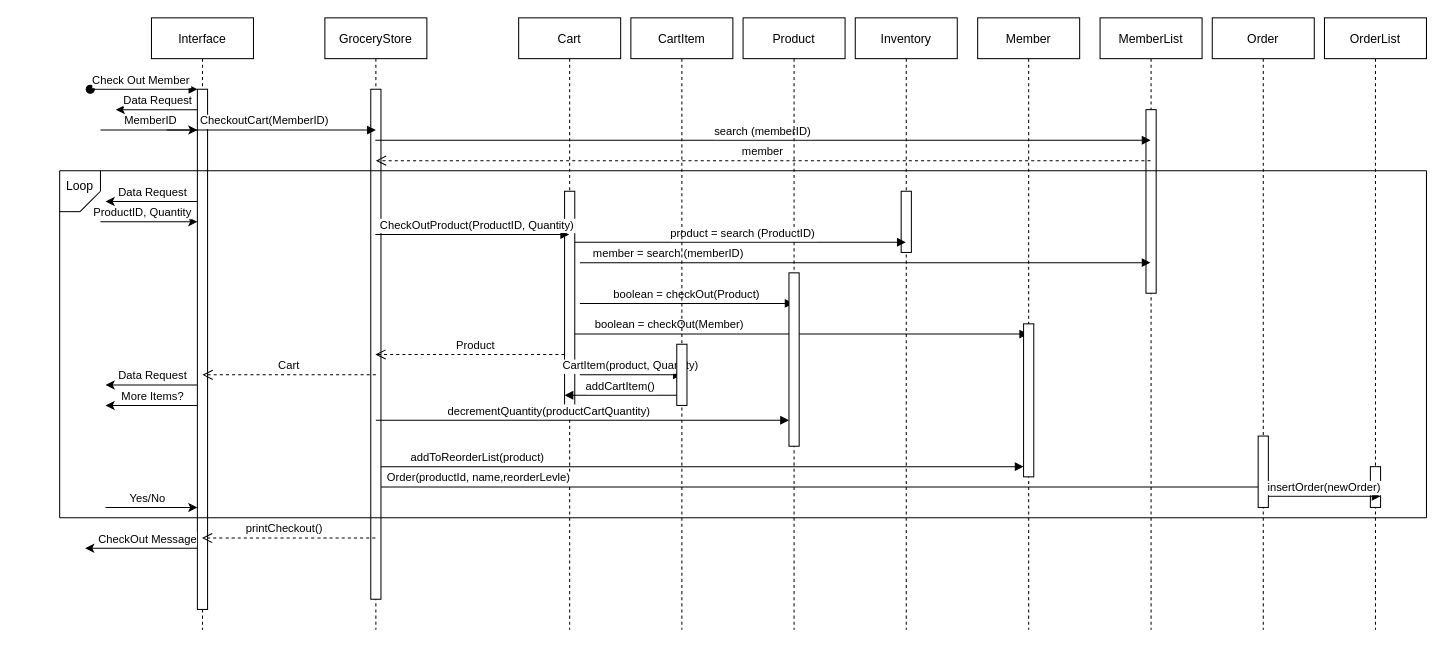
This is Class Diagrams/Sequences/CheckOutCartSequenceDiagramFN.drawio from qaalib101/ICS372GroupProject1, a draw.io file, before an edit. Source tidied: cells renumbered, new cells numbered last; positions are measured from the earlier drawing's top-left corner, leaving out a move shared by most shapes. Both pictures are drawn from the tidied source at 102%, with x=0, y=0 at pixel (49, 17).
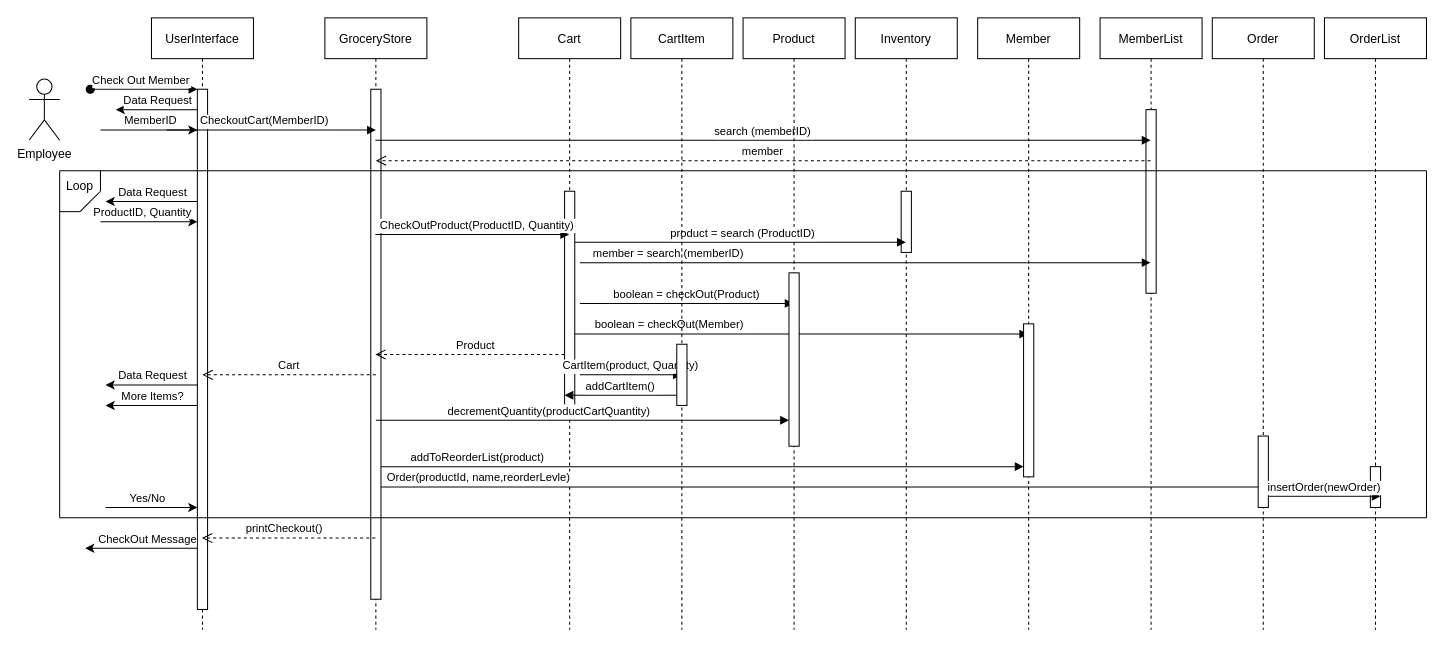
The same diagram, later.

What changed in the source:
```diff
@@
-    <mxCell id="2" value="Interface" style="shape=umlLifeline;perimeter=lifelinePerimeter;rounded=0;shadow=0;strokeWidth=1;" parent="1" vertex="1">
+    <mxCell id="2" value="UserInterface" style="shape=umlLifeline;perimeter=lifelinePerimeter;rounded=0;shadow=0;strokeWidth=1;" parent="1" vertex="1">
       <mxGeometry x="100" width="100" height="600" as="geometry" />
     </mxCell>
@@
+    <mxCell id="64" value="Employee" style="shape=umlActor;verticalLabelPosition=bottom;verticalAlign=top;html=1;" parent="1" vertex="1">
+      <mxGeometry x="-20" y="60" width="30" height="60" as="geometry" />
+    </mxCell>
```
